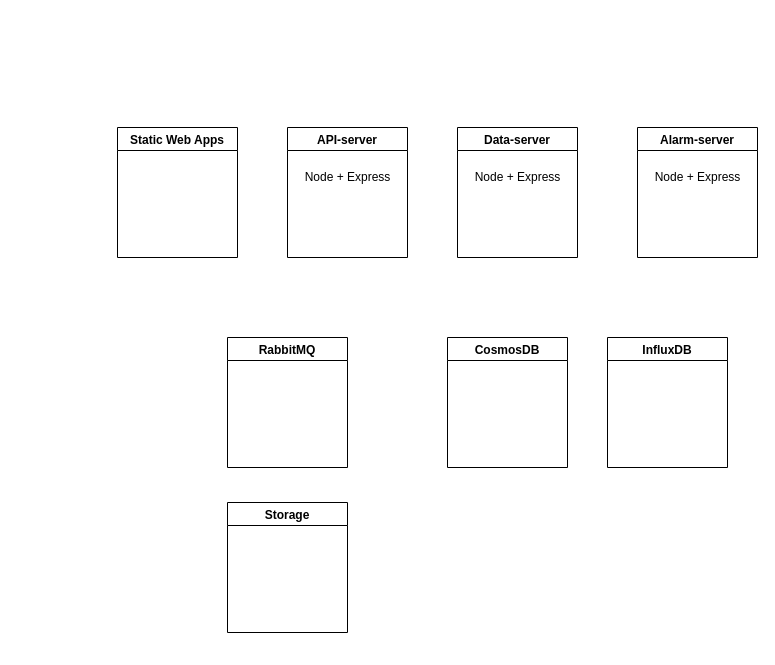
Before: Untitled Diagram.drawio in freeipinfo/freeipinfo.github.io, a draw.io diagram. Source tidied: cells renumbered, new cells numbered last; positions are measured from the earlier drawing's top-left corner, leaving out a move shared by most shapes. Both pictures are drawn from the tidied source at 100%, with x=0, y=0 at pixel (117, 127).
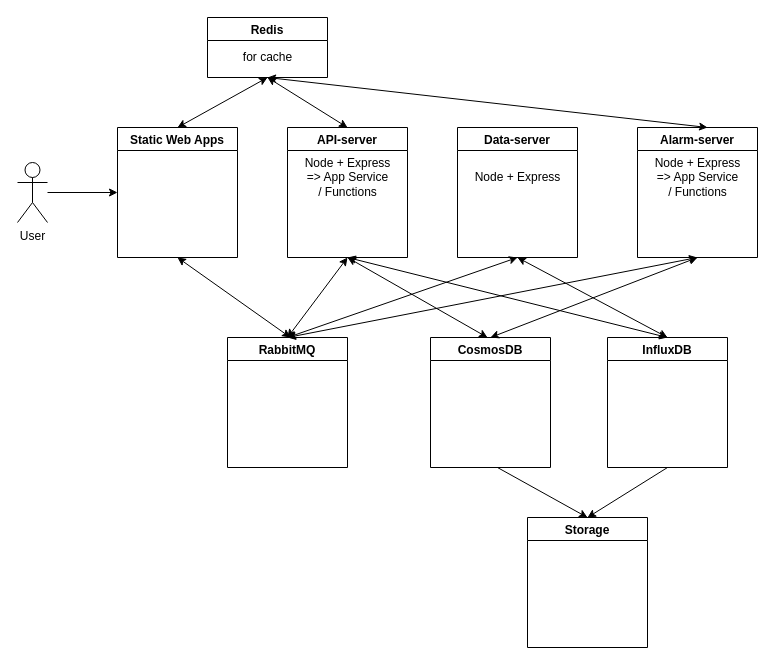
The same diagram, later.

Unchanged cells that the change refers to:
```xml
<mxCell id="3" value="API-server" style="swimlane;" parent="1" vertex="1">
  <mxGeometry x="170" width="120" height="130" as="geometry" />
</mxCell>
<mxCell id="4" value="Data-server" style="swimlane;" parent="1" vertex="1">
  <mxGeometry x="340" width="120" height="130" as="geometry" />
</mxCell>
<mxCell id="5" value="Static Web Apps" style="swimlane;" parent="1" vertex="1">
  <mxGeometry width="120" height="130" as="geometry" />
</mxCell>
<mxCell id="6" value="RabbitMQ" style="swimlane;" parent="1" vertex="1">
  <mxGeometry x="110" y="210" width="120" height="130" as="geometry" />
</mxCell>
<mxCell id="8" value="InfluxDB" style="swimlane;" parent="1" vertex="1">
  <mxGeometry x="490" y="210" width="120" height="130" as="geometry" />
</mxCell>
<mxCell id="9" value="Alarm-server" style="swimlane;" parent="1" vertex="1">
  <mxGeometry x="520" width="120" height="130" as="geometry" />
</mxCell>
```

What changed in the source:
```diff
@@
-    <mxCell id="2" value="Storage" style="swimlane;" parent="1" vertex="1">
-      <mxGeometry x="110" y="375" width="120" height="130" as="geometry" />
-    </mxCell>
@@
     <mxCell id="7" value="CosmosDB" style="swimlane;" parent="1" vertex="1">
-      <mxGeometry x="330" y="210" width="120" height="130" as="geometry" />
+      <mxGeometry x="313" y="210" width="120" height="130" as="geometry" />
     </mxCell>
@@
-    <mxCell id="10" value="Node + Express" style="text;html=1;align=center;verticalAlign=middle;strokeColor=none;" parent="1" vertex="1">
-      <mxGeometry x="180" y="40" width="100" height="20" as="geometry" />
+    <mxCell id="10" value="Node + Express&lt;br&gt;=&amp;gt; App Service&lt;br&gt;/ Functions" style="text;html=1;align=center;verticalAlign=middle;strokeColor=none;" parent="1" vertex="1">
+      <mxGeometry x="180" y="25" width="100" height="50" as="geometry" />
     </mxCell>
@@
-    <mxCell id="12" value="Node + Express" style="text;html=1;align=center;verticalAlign=middle;strokeColor=none;" parent="1" vertex="1">
-      <mxGeometry x="530" y="40" width="100" height="20" as="geometry" />
+    <mxCell id="12" value="Node + Express&lt;br&gt;=&amp;gt; App Service&lt;br&gt;/ Functions" style="text;html=1;align=center;verticalAlign=middle;strokeColor=none;" parent="1" vertex="1">
+      <mxGeometry x="530" y="25" width="100" height="50" as="geometry" />
     </mxCell>
+    <mxCell id="13" style="endArrow=classic;html=1;" parent="1" edge="1">
+      <mxGeometry relative="1" as="geometry">
+        <mxPoint x="380" y="340" as="sourcePoint" />
+        <mxPoint x="470" y="390" as="targetPoint" />
+      </mxGeometry>
+    </mxCell>
+    <mxCell id="14" style="endArrow=classic;html=1;exitX=0.5;exitY=1;exitDx=0;exitDy=0;startArrow=none;entryX=0.5;entryY=0;entryDx=0;entryDy=0;" parent="1" edge="1" source="8" target="2">
+      <mxGeometry relative="1" as="geometry" />
+    </mxCell>
+    <mxCell id="15" style="endArrow=classic;startArrow=classic;html=1;entryX=0.5;entryY=1;entryDx=0;entryDy=0;exitX=0.5;exitY=0;exitDx=0;exitDy=0;" parent="1" edge="1" source="8" target="4">
+      <mxGeometry relative="1" as="geometry" />
+    </mxCell>
+    <mxCell id="16" style="endArrow=classic;startArrow=classic;html=1;entryX=0.5;entryY=1;entryDx=0;entryDy=0;" parent="1" edge="1" target="3">
+      <mxGeometry relative="1" as="geometry">
+        <mxPoint x="370" y="210" as="sourcePoint" />
+      </mxGeometry>
+    </mxCell>
+    <mxCell id="17" style="endArrow=classic;startArrow=classic;html=1;exitX=0.5;exitY=0;exitDx=0;exitDy=0;" parent="1" edge="1" source="5">
+      <mxGeometry relative="1" as="geometry">
+        <mxPoint x="150" y="-50" as="targetPoint" />
+      </mxGeometry>
+    </mxCell>
+    <mxCell id="18" style="endArrow=classic;startArrow=classic;html=1;entryX=0.5;entryY=1;entryDx=0;entryDy=0;" parent="1" edge="1" target="5">
+      <mxGeometry relative="1" as="geometry">
+        <mxPoint x="173" y="210" as="sourcePoint" />
+      </mxGeometry>
+    </mxCell>
+    <mxCell id="19" value="User" style="shape=umlActor;verticalLabelPosition=bottom;verticalAlign=top;html=1;outlineConnect=0;" parent="1" vertex="1">
+      <mxGeometry x="-100" y="35" width="30" height="60" as="geometry" />
+    </mxCell>
+    <mxCell id="20" style="endArrow=classic;html=1;entryX=0;entryY=0.5;entryDx=0;entryDy=0;" parent="1" edge="1" source="19" target="5">
+      <mxGeometry relative="1" as="geometry" />
+    </mxCell>
+    <mxCell id="21" style="endArrow=classic;startArrow=classic;html=1;exitX=0.5;exitY=0;exitDx=0;exitDy=0;entryX=0.5;entryY=1;entryDx=0;entryDy=0;" parent="1" edge="1" source="6" target="3">
+      <mxGeometry relative="1" as="geometry" />
+    </mxCell>
+    <mxCell id="22" style="endArrow=classic;startArrow=classic;html=1;exitX=0.5;exitY=0;exitDx=0;exitDy=0;" parent="1" edge="1" source="8">
+      <mxGeometry relative="1" as="geometry">
+        <mxPoint x="230" y="130" as="targetPoint" />
+      </mxGeometry>
+    </mxCell>
+    <mxCell id="23" style="endArrow=classic;startArrow=classic;html=1;exitX=0.5;exitY=0;exitDx=0;exitDy=0;entryX=0.5;entryY=1;entryDx=0;entryDy=0;" parent="1" edge="1" source="6" target="4">
+      <mxGeometry relative="1" as="geometry" />
+    </mxCell>
+    <mxCell id="2" value="Storage" style="swimlane;" parent="1" vertex="1">
+      <mxGeometry x="410" y="390" width="120" height="130" as="geometry" />
+    </mxCell>
+    <mxCell id="24" style="endArrow=classic;startArrow=classic;html=1;entryX=0.5;entryY=1;entryDx=0;entryDy=0;exitX=0.5;exitY=0;exitDx=0;exitDy=0;" parent="1" edge="1" source="6" target="9">
+      <mxGeometry relative="1" as="geometry" />
+    </mxCell>
+    <mxCell id="25" style="endArrow=classic;startArrow=classic;html=1;exitX=0.5;exitY=0;exitDx=0;exitDy=0;" parent="1" edge="1" source="7">
+      <mxGeometry relative="1" as="geometry">
+        <mxPoint x="580" y="130" as="targetPoint" />
+      </mxGeometry>
+    </mxCell>
+    <mxCell id="26" value="Redis" style="swimlane;" parent="1" vertex="1">
+      <mxGeometry x="90" y="-110" width="120" height="60" as="geometry" />
+    </mxCell>
+    <mxCell id="27" style="endArrow=classic;startArrow=classic;html=1;exitX=0.5;exitY=0;exitDx=0;exitDy=0;" parent="1" edge="1" source="3">
+      <mxGeometry relative="1" as="geometry">
+        <mxPoint x="150" y="-50" as="targetPoint" />
+      </mxGeometry>
+    </mxCell>
+    <mxCell id="28" style="endArrow=classic;startArrow=classic;html=1;" parent="1" edge="1">
+      <mxGeometry relative="1" as="geometry">
+        <mxPoint x="590" as="sourcePoint" />
+        <mxPoint x="150" y="-50" as="targetPoint" />
+      </mxGeometry>
+    </mxCell>
+    <mxCell id="29" value="for cache" style="text;html=1;align=center;verticalAlign=middle;strokeColor=none;" parent="1" vertex="1">
+      <mxGeometry x="120" y="-80" width="60" height="20" as="geometry" />
+    </mxCell>
```
